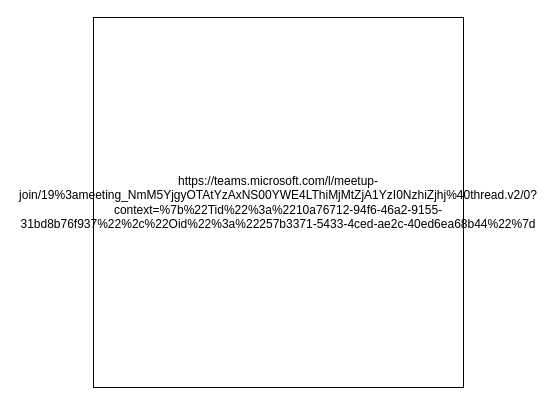
rgil93/Prueba keeps this draw.io diagram as Diagrama sin título.drawio. Above is the earlier version. Source tidied: cells renumbered, new cells numbered last; positions are measured from the earlier drawing's top-left corner, leaving out a move shared by most shapes. Both pictures are drawn from the tidied source at 100%, with x=0, y=0 at pixel (93, 17).
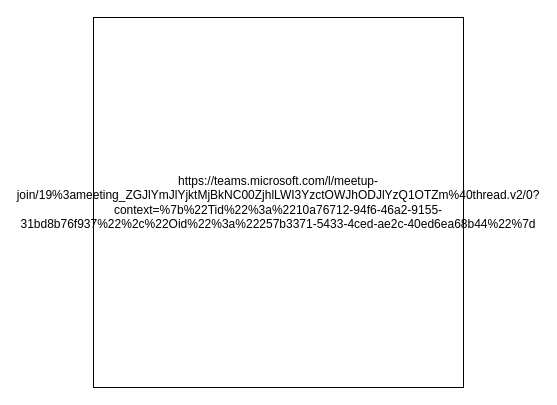
The same diagram, later.

What changed in the source:
```diff
@@
 <mxGraphModel>
   <root>
     <mxCell id="0" />
     <mxCell id="1" parent="0" />
-    <mxCell id="2" value="&lt;div&gt;https://teams.microsoft.com/l/meetup-join/19%3ameeting_NmM5YjgyOTAtYzAxNS00YWE4LThiMjMtZjA1YzI0NzhiZjhj%40thread.v2/0?context=%7b%22Tid%22%3a%2210a76712-94f6-46a2-9155-31bd8b76f937%22%2c%22Oid%22%3a%22257b3371-5433-4ced-ae2c-40ed6ea68b44%22%7d&lt;/div&gt;" style="whiteSpace=wrap;html=1;" parent="1" vertex="1">
+    <mxCell id="2" value="&lt;div&gt;https://teams.microsoft.com/l/meetup-join/19%3ameeting_ZGJlYmJlYjktMjBkNC00ZjhlLWI3YzctOWJhODJlYzQ1OTZm%40thread.v2/0?context=%7b%22Tid%22%3a%2210a76712-94f6-46a2-9155-31bd8b76f937%22%2c%22Oid%22%3a%22257b3371-5433-4ced-ae2c-40ed6ea68b44%22%7d&lt;/div&gt;" style="whiteSpace=wrap;html=1;" parent="1" vertex="1">
       <mxGeometry width="370" height="370" as="geometry" />
     </mxCell>
   </root>
 </mxGraphModel>
```
